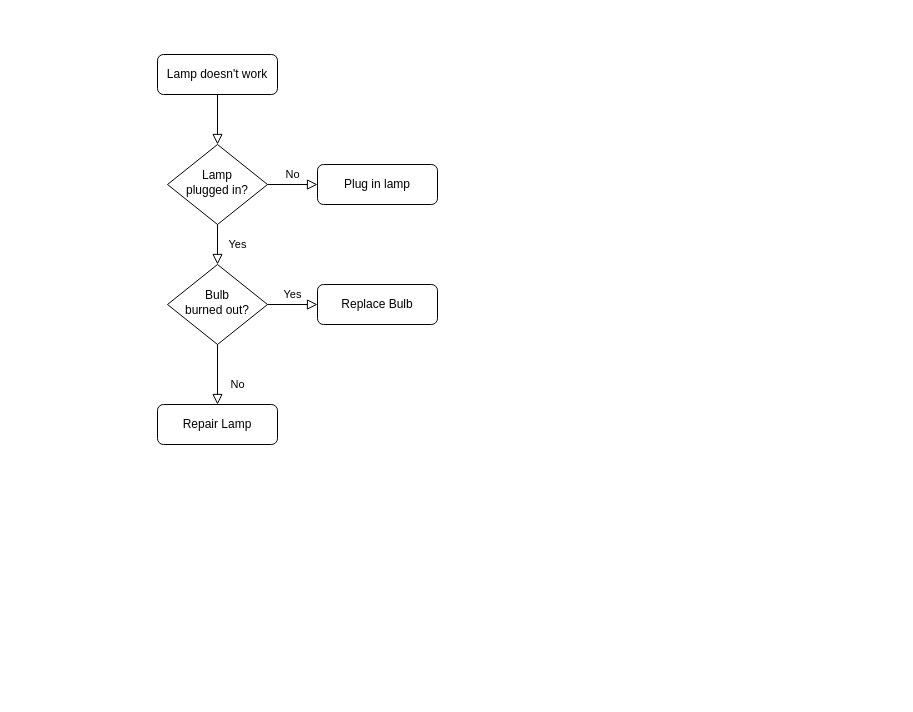
Before: Untitled Diagram.drawio in tino26/test, a draw.io diagram. Source tidied: cells renumbered, new cells numbered last; positions are measured from the earlier drawing's top-left corner, leaving out a move shared by most shapes. Both pictures are drawn from the tidied source at 100%, with x=0, y=0 at pixel (157, 54).
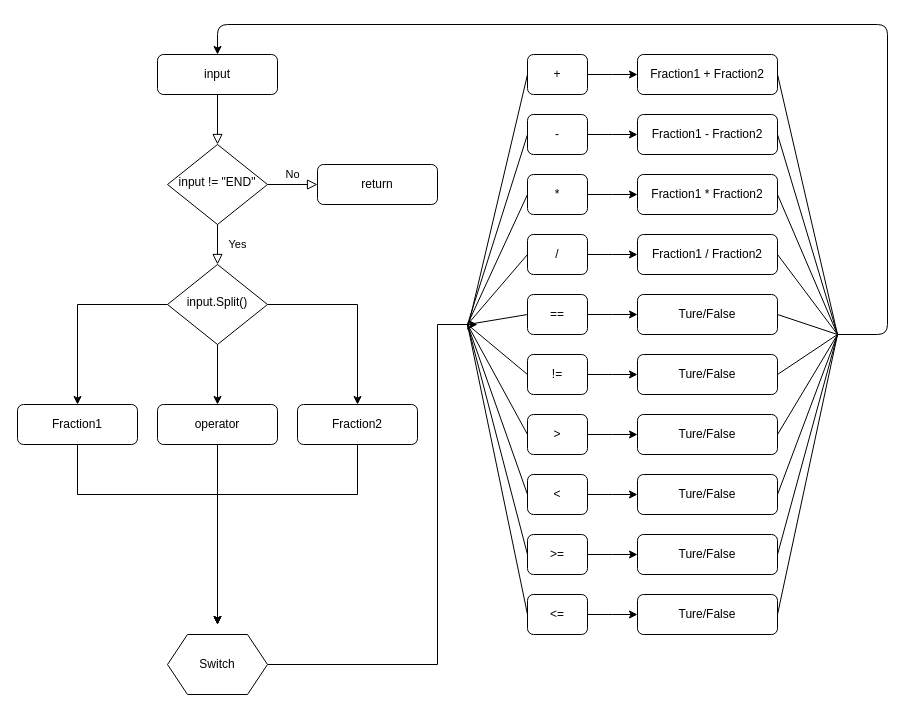
After the change.

What changed in the source:
```diff
@@
-    <mxCell id="3" value="Lamp doesn't work" style="rounded=1;whiteSpace=wrap;html=1;fontSize=12;glass=0;strokeWidth=1;shadow=0;" parent="1" vertex="1">
+    <mxCell id="3" value="input" style="rounded=1;whiteSpace=wrap;html=1;fontSize=12;glass=0;strokeWidth=1;shadow=0;" parent="1" vertex="1">
       <mxGeometry width="120" height="40" as="geometry" />
     </mxCell>
@@
-    <mxCell id="6" value="Lamp&lt;br&gt;plugged in?" style="rhombus;whiteSpace=wrap;html=1;shadow=0;fontFamily=Helvetica;fontSize=12;align=center;strokeWidth=1;spacing=6;spacingTop=-4;" parent="1" vertex="1">
+    <mxCell id="6" value="input != &quot;END&quot;" style="rhombus;whiteSpace=wrap;html=1;shadow=0;fontFamily=Helvetica;fontSize=12;align=center;strokeWidth=1;spacing=6;spacingTop=-4;" parent="1" vertex="1">
       <mxGeometry x="10" y="90" width="100" height="80" as="geometry" />
     </mxCell>
-    <mxCell id="7" value="Plug in lamp" style="rounded=1;whiteSpace=wrap;html=1;fontSize=12;glass=0;strokeWidth=1;shadow=0;" parent="1" vertex="1">
+    <mxCell id="7" value="return" style="rounded=1;whiteSpace=wrap;html=1;fontSize=12;glass=0;strokeWidth=1;shadow=0;" parent="1" vertex="1">
       <mxGeometry x="160" y="110" width="120" height="40" as="geometry" />
     </mxCell>
+    <mxCell id="13" style="edgeStyle=orthogonalEdgeStyle;rounded=0;jettySize=auto;html=1;entryX=0.5;entryY=0;entryDx=0;entryDy=0;" parent="1" edge="1" source="10" target="17">
+      <mxGeometry relative="1" as="geometry" />
+    </mxCell>
+    <mxCell id="9" style="edgeStyle=orthogonalEdgeStyle;rounded=0;jettySize=auto;html=1;entryX=0.5;entryY=0;entryDx=0;entryDy=0;" parent="1" edge="1" source="10" target="12">
+      <mxGeometry relative="1" as="geometry" />
+    </mxCell>
-    <mxCell id="8" value="No" style="rounded=0;html=1;jettySize=auto;fontSize=11;endArrow=block;endFill=0;endSize=8;strokeWidth=1;shadow=0;labelBackgroundColor=none;edgeStyle=orthogonalEdgeStyle;" parent="1" edge="1" source="10" target="11">
-      <mxGeometry x="0.33" y="20" relative="1" as="geometry" />
+    <mxCell id="8" style="edgeStyle=orthogonalEdgeStyle;rounded=0;jettySize=auto;html=1;entryX=0.5;entryY=0;entryDx=0;entryDy=0;" parent="1" edge="1" source="10" target="11">
+      <mxGeometry relative="1" as="geometry" />
     </mxCell>
-    <mxCell id="9" value="Yes" style="edgeStyle=orthogonalEdgeStyle;rounded=0;html=1;jettySize=auto;fontSize=11;endArrow=block;endFill=0;endSize=8;strokeWidth=1;shadow=0;labelBackgroundColor=none;" parent="1" edge="1" source="10" target="12">
-      <mxGeometry y="10" relative="1" as="geometry" />
-    </mxCell>
-    <mxCell id="10" value="Bulb&lt;br&gt;burned out?" style="rhombus;whiteSpace=wrap;html=1;shadow=0;fontFamily=Helvetica;fontSize=12;align=center;strokeWidth=1;spacing=6;spacingTop=-4;" parent="1" vertex="1">
+    <mxCell id="10" value="input.Split()" style="rhombus;whiteSpace=wrap;html=1;shadow=0;fontFamily=Helvetica;fontSize=12;align=center;strokeWidth=1;spacing=6;spacingTop=-4;" parent="1" vertex="1">
       <mxGeometry x="10" y="210" width="100" height="80" as="geometry" />
     </mxCell>
+    <mxCell id="14" style="edgeStyle=orthogonalEdgeStyle;rounded=0;jettySize=auto;html=1;" parent="1" edge="1" source="11">
+      <mxGeometry relative="1" as="geometry">
+        <mxPoint x="60" y="570" as="targetPoint" />
+      </mxGeometry>
+    </mxCell>
-    <mxCell id="11" value="Repair Lamp" style="rounded=1;whiteSpace=wrap;html=1;fontSize=12;glass=0;strokeWidth=1;shadow=0;" parent="1" vertex="1">
+    <mxCell id="11" value="operator" style="rounded=1;whiteSpace=wrap;html=1;fontSize=12;glass=0;strokeWidth=1;shadow=0;" parent="1" vertex="1">
       <mxGeometry y="350" width="120" height="40" as="geometry" />
     </mxCell>
+    <mxCell id="15" style="edgeStyle=orthogonalEdgeStyle;rounded=0;jettySize=auto;html=1;" parent="1" edge="1" source="12">
+      <mxGeometry relative="1" as="geometry">
+        <mxPoint x="60" y="570" as="targetPoint" />
+        <Array as="points">
+          <mxPoint x="200" y="440" />
+          <mxPoint x="60" y="440" />
+        </Array>
+      </mxGeometry>
+    </mxCell>
-    <mxCell id="12" value="Replace Bulb" style="rounded=1;whiteSpace=wrap;html=1;fontSize=12;glass=0;strokeWidth=1;shadow=0;" parent="1" vertex="1">
-      <mxGeometry x="160" y="230" width="120" height="40" as="geometry" />
+    <mxCell id="12" value="Fraction2" style="rounded=1;whiteSpace=wrap;html=1;fontSize=12;glass=0;strokeWidth=1;shadow=0;" parent="1" vertex="1">
+      <mxGeometry x="140" y="350" width="120" height="40" as="geometry" />
     </mxCell>
+    <mxCell id="16" style="edgeStyle=orthogonalEdgeStyle;rounded=0;jettySize=auto;html=1;" parent="1" edge="1" source="17">
+      <mxGeometry relative="1" as="geometry">
+        <mxPoint x="60" y="570" as="targetPoint" />
+        <Array as="points">
+          <mxPoint x="-80" y="440" />
+          <mxPoint x="60" y="440" />
+        </Array>
+      </mxGeometry>
+    </mxCell>
+    <mxCell id="17" value="Fraction1" style="rounded=1;whiteSpace=wrap;html=1;fontSize=12;glass=0;strokeWidth=1;shadow=0;" parent="1" vertex="1">
+      <mxGeometry x="-140" y="350" width="120" height="40" as="geometry" />
+    </mxCell>
+    <mxCell id="18" style="edgeStyle=orthogonalEdgeStyle;rounded=0;jettySize=auto;html=1;" parent="1" edge="1" source="19">
+      <mxGeometry relative="1" as="geometry">
+        <mxPoint x="320" y="270" as="targetPoint" />
+        <Array as="points">
+          <mxPoint x="280" y="610" />
+          <mxPoint x="280" y="270" />
+        </Array>
+      </mxGeometry>
+    </mxCell>
+    <mxCell id="19" value="Switch" style="shape=hexagon;perimeter=hexagonPerimeter2;whiteSpace=wrap;html=1;fixedSize=1;" parent="1" vertex="1">
+      <mxGeometry x="10" y="580" width="100" height="60" as="geometry" />
+    </mxCell>
+    <mxCell id="20" style="edgeStyle=orthogonalEdgeStyle;rounded=0;jettySize=auto;html=1;" parent="1" edge="1" source="21">
+      <mxGeometry relative="1" as="geometry">
+        <mxPoint x="480" y="20" as="targetPoint" />
+      </mxGeometry>
+    </mxCell>
+    <mxCell id="21" value="+" style="rounded=1;whiteSpace=wrap;html=1;" parent="1" vertex="1">
+      <mxGeometry x="370" width="60" height="40" as="geometry" />
+    </mxCell>
+    <mxCell id="22" style="edgeStyle=orthogonalEdgeStyle;rounded=0;jettySize=auto;html=1;" parent="1" edge="1" source="23">
+      <mxGeometry relative="1" as="geometry">
+        <mxPoint x="480" y="80" as="targetPoint" />
+      </mxGeometry>
+    </mxCell>
+    <mxCell id="23" value="-" style="rounded=1;whiteSpace=wrap;html=1;" parent="1" vertex="1">
+      <mxGeometry x="370" y="60" width="60" height="40" as="geometry" />
+    </mxCell>
+    <mxCell id="24" style="edgeStyle=orthogonalEdgeStyle;rounded=0;jettySize=auto;html=1;" parent="1" edge="1" source="25">
+      <mxGeometry relative="1" as="geometry">
+        <mxPoint x="480" y="140" as="targetPoint" />
+      </mxGeometry>
+    </mxCell>
+    <mxCell id="25" value="*" style="rounded=1;whiteSpace=wrap;html=1;" parent="1" vertex="1">
+      <mxGeometry x="370" y="120" width="60" height="40" as="geometry" />
+    </mxCell>
+    <mxCell id="26" style="edgeStyle=orthogonalEdgeStyle;rounded=0;jettySize=auto;html=1;" parent="1" edge="1" source="27">
+      <mxGeometry relative="1" as="geometry">
+        <mxPoint x="480" y="200" as="targetPoint" />
+      </mxGeometry>
+    </mxCell>
+    <mxCell id="27" value="/" style="rounded=1;whiteSpace=wrap;html=1;" parent="1" vertex="1">
+      <mxGeometry x="370" y="180" width="60" height="40" as="geometry" />
+    </mxCell>
+    <mxCell id="28" style="edgeStyle=orthogonalEdgeStyle;rounded=0;jettySize=auto;html=1;" parent="1" edge="1" source="29">
+      <mxGeometry relative="1" as="geometry">
+        <mxPoint x="480" y="260" as="targetPoint" />
+      </mxGeometry>
+    </mxCell>
+    <mxCell id="29" value="==" style="rounded=1;whiteSpace=wrap;html=1;" parent="1" vertex="1">
+      <mxGeometry x="370" y="240" width="60" height="40" as="geometry" />
+    </mxCell>
+    <mxCell id="30" style="edgeStyle=orthogonalEdgeStyle;rounded=0;jettySize=auto;html=1;" parent="1" edge="1" source="31">
+      <mxGeometry relative="1" as="geometry">
+        <mxPoint x="480" y="320" as="targetPoint" />
+      </mxGeometry>
+    </mxCell>
+    <mxCell id="31" value="!=" style="rounded=1;whiteSpace=wrap;html=1;" parent="1" vertex="1">
+      <mxGeometry x="370" y="300" width="60" height="40" as="geometry" />
+    </mxCell>
+    <mxCell id="32" style="edgeStyle=orthogonalEdgeStyle;rounded=0;jettySize=auto;html=1;" parent="1" edge="1" source="33">
+      <mxGeometry relative="1" as="geometry">
+        <mxPoint x="480" y="380" as="targetPoint" />
+      </mxGeometry>
+    </mxCell>
+    <mxCell id="33" value="&amp;gt;" style="rounded=1;whiteSpace=wrap;html=1;" parent="1" vertex="1">
+      <mxGeometry x="370" y="360" width="60" height="40" as="geometry" />
+    </mxCell>
+    <mxCell id="34" style="edgeStyle=orthogonalEdgeStyle;rounded=0;jettySize=auto;html=1;" parent="1" edge="1" source="35">
+      <mxGeometry relative="1" as="geometry">
+        <mxPoint x="480" y="440" as="targetPoint" />
+      </mxGeometry>
+    </mxCell>
+    <mxCell id="35" value="&amp;lt;" style="rounded=1;whiteSpace=wrap;html=1;" parent="1" vertex="1">
+      <mxGeometry x="370" y="420" width="60" height="40" as="geometry" />
+    </mxCell>
+    <mxCell id="36" style="edgeStyle=orthogonalEdgeStyle;rounded=0;jettySize=auto;html=1;" parent="1" edge="1" source="37">
+      <mxGeometry relative="1" as="geometry">
+        <mxPoint x="480" y="500" as="targetPoint" />
+      </mxGeometry>
+    </mxCell>
+    <mxCell id="37" value="&amp;gt;=" style="rounded=1;whiteSpace=wrap;html=1;" parent="1" vertex="1">
+      <mxGeometry x="370" y="480" width="60" height="40" as="geometry" />
+    </mxCell>
+    <mxCell id="38" style="edgeStyle=orthogonalEdgeStyle;rounded=0;jettySize=auto;html=1;" parent="1" edge="1" source="39">
+      <mxGeometry relative="1" as="geometry">
+        <mxPoint x="480" y="560" as="targetPoint" />
+      </mxGeometry>
+    </mxCell>
+    <mxCell id="39" value="&amp;lt;=" style="rounded=1;whiteSpace=wrap;html=1;" parent="1" vertex="1">
+      <mxGeometry x="370" y="540" width="60" height="40" as="geometry" />
+    </mxCell>
+    <mxCell id="40" style="endArrow=none;html=1;entryX=0;entryY=0.5;entryDx=0;entryDy=0;" parent="1" edge="1" target="21">
+      <mxGeometry relative="1" as="geometry">
+        <mxPoint x="310" y="275" as="sourcePoint" />
+      </mxGeometry>
+    </mxCell>
+    <mxCell id="41" style="endArrow=none;html=1;entryX=0;entryY=0.5;entryDx=0;entryDy=0;" parent="1" edge="1" target="23">
+      <mxGeometry relative="1" as="geometry">
+        <mxPoint x="310" y="270" as="sourcePoint" />
+      </mxGeometry>
+    </mxCell>
+    <mxCell id="42" style="endArrow=none;html=1;entryX=0;entryY=0.5;entryDx=0;entryDy=0;" parent="1" edge="1" target="25">
+      <mxGeometry relative="1" as="geometry">
+        <mxPoint x="310" y="270" as="sourcePoint" />
+      </mxGeometry>
+    </mxCell>
+    <mxCell id="43" style="endArrow=none;html=1;entryX=0;entryY=0.5;entryDx=0;entryDy=0;" parent="1" edge="1" target="27">
+      <mxGeometry relative="1" as="geometry">
+        <mxPoint x="310" y="270" as="sourcePoint" />
+      </mxGeometry>
+    </mxCell>
+    <mxCell id="44" style="endArrow=none;html=1;entryX=0;entryY=0.5;entryDx=0;entryDy=0;" parent="1" edge="1" target="29">
+      <mxGeometry relative="1" as="geometry">
+        <mxPoint x="310" y="270" as="sourcePoint" />
+      </mxGeometry>
+    </mxCell>
+    <mxCell id="45" style="endArrow=none;html=1;entryX=0;entryY=0.5;entryDx=0;entryDy=0;" parent="1" edge="1" target="31">
+      <mxGeometry relative="1" as="geometry">
+        <mxPoint x="310" y="270" as="sourcePoint" />
+      </mxGeometry>
+    </mxCell>
+    <mxCell id="46" style="endArrow=none;html=1;entryX=0;entryY=0.5;entryDx=0;entryDy=0;" parent="1" edge="1" target="33">
+      <mxGeometry relative="1" as="geometry">
+        <mxPoint x="310" y="270" as="sourcePoint" />
+      </mxGeometry>
+    </mxCell>
+    <mxCell id="47" style="endArrow=none;html=1;exitX=0;exitY=0.5;exitDx=0;exitDy=0;" parent="1" edge="1" source="35">
+      <mxGeometry relative="1" as="geometry">
+        <mxPoint x="310" y="270" as="targetPoint" />
+      </mxGeometry>
+    </mxCell>
+    <mxCell id="48" style="endArrow=none;html=1;exitX=0;exitY=0.5;exitDx=0;exitDy=0;" parent="1" edge="1" source="37">
+      <mxGeometry relative="1" as="geometry">
+        <mxPoint x="310" y="270" as="targetPoint" />
+      </mxGeometry>
+    </mxCell>
+    <mxCell id="49" style="endArrow=none;html=1;exitX=0;exitY=0.5;exitDx=0;exitDy=0;" parent="1" edge="1" source="39">
+      <mxGeometry relative="1" as="geometry">
+        <mxPoint x="310" y="270" as="targetPoint" />
+      </mxGeometry>
+    </mxCell>
+    <mxCell id="50" value="Fraction1 + Fraction2" style="rounded=1;whiteSpace=wrap;html=1;" parent="1" vertex="1">
+      <mxGeometry x="480" width="140" height="40" as="geometry" />
+    </mxCell>
+    <mxCell id="51" value="Fraction1 - Fraction2" style="rounded=1;whiteSpace=wrap;html=1;" parent="1" vertex="1">
+      <mxGeometry x="480" y="60" width="140" height="40" as="geometry" />
+    </mxCell>
+    <mxCell id="52" value="Fraction1 * Fraction2" style="rounded=1;whiteSpace=wrap;html=1;" parent="1" vertex="1">
+      <mxGeometry x="480" y="120" width="140" height="40" as="geometry" />
+    </mxCell>
+    <mxCell id="53" value="Fraction1 / Fraction2" style="rounded=1;whiteSpace=wrap;html=1;" parent="1" vertex="1">
+      <mxGeometry x="480" y="180" width="140" height="40" as="geometry" />
+    </mxCell>
+    <mxCell id="54" value="Ture/False" style="rounded=1;whiteSpace=wrap;html=1;" parent="1" vertex="1">
+      <mxGeometry x="480" y="240" width="140" height="40" as="geometry" />
+    </mxCell>
+    <mxCell id="55" value="Ture/False" style="rounded=1;whiteSpace=wrap;html=1;" parent="1" vertex="1">
+      <mxGeometry x="480" y="300" width="140" height="40" as="geometry" />
+    </mxCell>
+    <mxCell id="56" value="Ture/False" style="rounded=1;whiteSpace=wrap;html=1;" parent="1" vertex="1">
+      <mxGeometry x="480" y="360" width="140" height="40" as="geometry" />
+    </mxCell>
+    <mxCell id="57" value="Ture/False" style="rounded=1;whiteSpace=wrap;html=1;" parent="1" vertex="1">
+      <mxGeometry x="480" y="420" width="140" height="40" as="geometry" />
+    </mxCell>
+    <mxCell id="58" value="Ture/False" style="rounded=1;whiteSpace=wrap;html=1;" parent="1" vertex="1">
+      <mxGeometry x="480" y="480" width="140" height="40" as="geometry" />
+    </mxCell>
+    <mxCell id="59" value="Ture/False" style="rounded=1;whiteSpace=wrap;html=1;" parent="1" vertex="1">
+      <mxGeometry x="480" y="540" width="140" height="40" as="geometry" />
+    </mxCell>
+    <mxCell id="60" style="endArrow=none;html=1;exitX=1;exitY=0.5;exitDx=0;exitDy=0;" parent="1" edge="1" source="50">
+      <mxGeometry relative="1" as="geometry">
+        <mxPoint x="680" y="280" as="targetPoint" />
+      </mxGeometry>
+    </mxCell>
+    <mxCell id="61" style="endArrow=none;html=1;entryX=1;entryY=0.5;entryDx=0;entryDy=0;" parent="1" edge="1" target="51">
+      <mxGeometry relative="1" as="geometry">
+        <mxPoint x="680" y="280" as="sourcePoint" />
+      </mxGeometry>
+    </mxCell>
+    <mxCell id="62" style="endArrow=none;html=1;exitX=1;exitY=0.5;exitDx=0;exitDy=0;" parent="1" edge="1" source="52">
+      <mxGeometry relative="1" as="geometry">
+        <mxPoint x="680" y="280" as="targetPoint" />
+      </mxGeometry>
+    </mxCell>
+    <mxCell id="63" style="endArrow=none;html=1;exitX=1;exitY=0.5;exitDx=0;exitDy=0;" parent="1" edge="1" source="53">
+      <mxGeometry relative="1" as="geometry">
+        <mxPoint x="680" y="280" as="targetPoint" />
+      </mxGeometry>
+    </mxCell>
+    <mxCell id="64" style="endArrow=none;html=1;exitX=1;exitY=0.5;exitDx=0;exitDy=0;" parent="1" edge="1" source="54">
+      <mxGeometry relative="1" as="geometry">
+        <mxPoint x="680" y="280" as="targetPoint" />
+      </mxGeometry>
+    </mxCell>
+    <mxCell id="65" style="endArrow=none;html=1;exitX=1;exitY=0.5;exitDx=0;exitDy=0;" parent="1" edge="1" source="55">
+      <mxGeometry relative="1" as="geometry">
+        <mxPoint x="680" y="280" as="targetPoint" />
+      </mxGeometry>
+    </mxCell>
+    <mxCell id="66" style="endArrow=none;html=1;exitX=1;exitY=0.5;exitDx=0;exitDy=0;" parent="1" edge="1" source="56">
+      <mxGeometry relative="1" as="geometry">
+        <mxPoint x="680" y="280" as="targetPoint" />
+      </mxGeometry>
+    </mxCell>
+    <mxCell id="67" style="endArrow=none;html=1;exitX=1;exitY=0.5;exitDx=0;exitDy=0;" parent="1" edge="1" source="57">
+      <mxGeometry relative="1" as="geometry">
+        <mxPoint x="680" y="280" as="targetPoint" />
+      </mxGeometry>
+    </mxCell>
+    <mxCell id="68" style="endArrow=none;html=1;exitX=1;exitY=0.5;exitDx=0;exitDy=0;" parent="1" edge="1" source="58">
+      <mxGeometry relative="1" as="geometry">
+        <mxPoint x="680" y="280" as="targetPoint" />
+      </mxGeometry>
+    </mxCell>
+    <mxCell id="69" style="endArrow=none;html=1;exitX=1;exitY=0.5;exitDx=0;exitDy=0;" parent="1" edge="1" source="59">
+      <mxGeometry relative="1" as="geometry">
+        <mxPoint x="680" y="280" as="targetPoint" />
+      </mxGeometry>
+    </mxCell>
+    <mxCell id="70" style="endArrow=classic;html=1;entryX=0.5;entryY=0;entryDx=0;entryDy=0;" parent="1" edge="1" target="3">
+      <mxGeometry relative="1" as="geometry">
+        <mxPoint x="680" y="280" as="sourcePoint" />
+        <Array as="points">
+          <mxPoint x="730" y="280" />
+          <mxPoint x="730" y="-30" />
+          <mxPoint x="60" y="-30" />
+        </Array>
+      </mxGeometry>
+    </mxCell>
```
